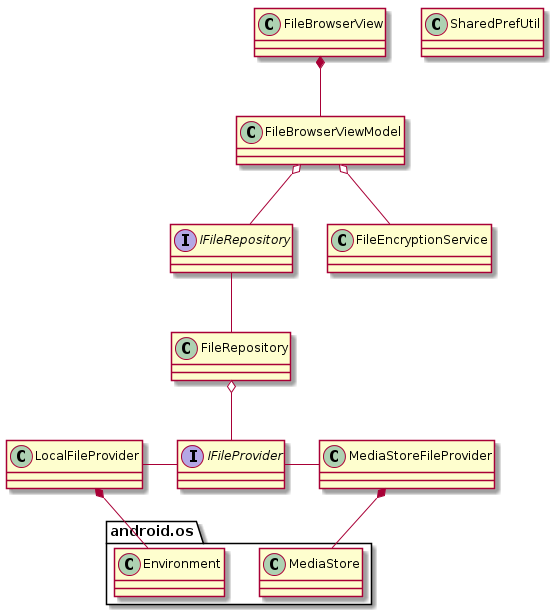
jcinco/anqlave-assignment keeps this PlantUML diagram as uml/file_browser_class.png. Above is the earlier version.
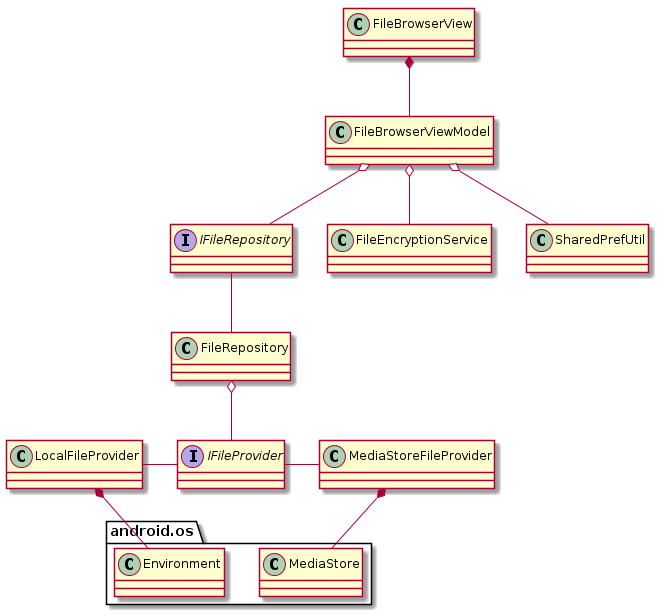
The same file after the commit.

Commit message:
Added app structure

What changed in the source:
```diff
@@ -23,4 +23,5 @@
 LocalFileProvider *-down- android.os.Environment
 MediaStoreFileProvider *-down- android.os.MediaStore
 FileBrowserViewModel o-down- FileEncryptionService
+FileBrowserViewModel o-down- SharedPrefUtil
 @enduml
```
